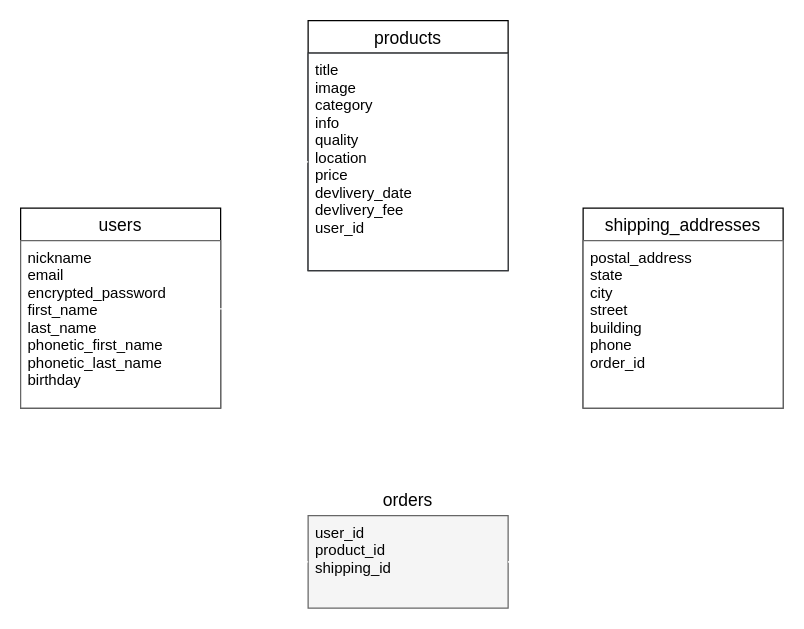
Before: furima.dio in Dragonboy2021/furima-35003, a draw.io diagram. Source tidied: cells renumbered, new cells numbered last; positions are measured from the earlier drawing's top-left corner, leaving out a move shared by most shapes. Both pictures are drawn from the tidied source at 125%, with x=0, y=0 at pixel (20, 20).
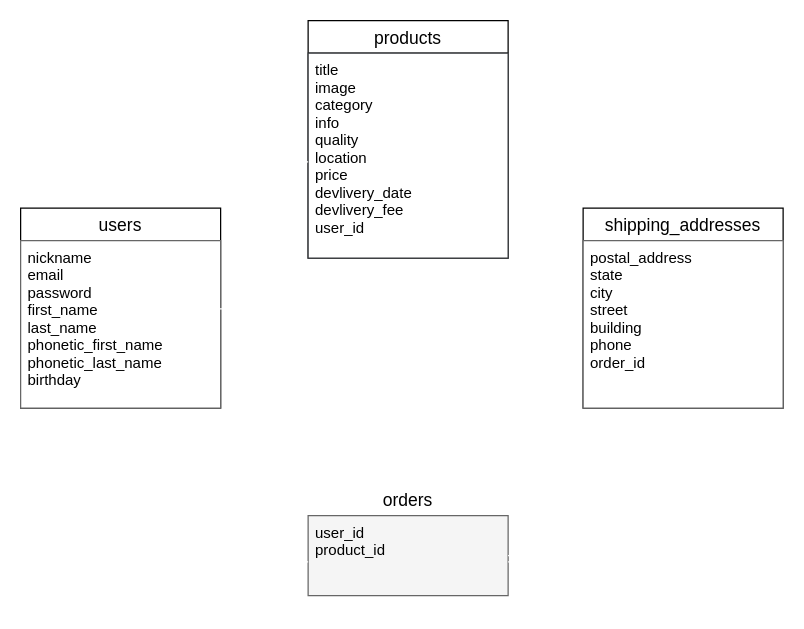
Above is the later version.

Commit message (it also covers changes not shown here):
fixed more database structure and updated ER図

Unchanged cells that the change refers to:
```xml
<mxCell id="5" value="users" style="swimlane;fontStyle=0;horizontal=1;startSize=26;align=center;fontSize=14;" parent="1" vertex="1">
  <mxGeometry y="150" width="160" height="160" as="geometry" />
</mxCell>
```

The edit, as a diff of the source:
```diff
@@
-    <mxCell id="6" value="nickname&#10;email&#10;encrypted_password&#10;first_name&#10;last_name&#10;phonetic_first_name&#10;phonetic_last_name&#10;birthday&#10;" style="text;spacingLeft=4;spacingRight=4;overflow=hidden;points=[[0,0.5],[1,0.5]];portConstraint=eastwest;fontSize=12;strokeColor=#666666;fillColor=#FFFFFF;fontColor=#000000;" parent="5" vertex="1">
+    <mxCell id="6" value="nickname&#10;email&#10;password&#10;first_name&#10;last_name&#10;phonetic_first_name&#10;phonetic_last_name&#10;birthday&#10;" style="text;spacingLeft=4;spacingRight=4;overflow=hidden;points=[[0,0.5],[1,0.5]];portConstraint=eastwest;fontSize=12;strokeColor=#666666;fillColor=#FFFFFF;fontColor=#000000;" parent="5" vertex="1">
       <mxGeometry y="26" width="160" height="134" as="geometry" />
     </mxCell>
@@
     <mxCell id="8" value="orders" style="swimlane;fontStyle=0;horizontal=1;startSize=26;align=center;fontSize=14;strokeColor=#FFFFFF;" parent="1" vertex="1">
-      <mxGeometry x="230" y="370" width="160" height="100" as="geometry" />
+      <mxGeometry x="230" y="370" width="160" height="90" as="geometry" />
     </mxCell>
-    <mxCell id="9" value="user_id&#10;product_id&#10;shipping_id&#10;" style="text;strokeColor=#666666;fillColor=#f5f5f5;spacingLeft=4;spacingRight=4;overflow=hidden;points=[[0,0.5],[1,0.5]];portConstraint=eastwest;fontSize=12;fontColor=#000000;" parent="8" vertex="1">
-      <mxGeometry y="26" width="160" height="74" as="geometry" />
+    <mxCell id="9" value="user_id&#10;product_id&#10;" style="text;strokeColor=#666666;fillColor=#f5f5f5;spacingLeft=4;spacingRight=4;overflow=hidden;points=[[0,0.5],[1,0.5]];portConstraint=eastwest;fontSize=12;fontColor=#000000;" parent="8" vertex="1">
+      <mxGeometry y="26" width="160" height="64" as="geometry" />
     </mxCell>
@@
+    <mxCell id="18" style="edgeStyle=orthogonalEdgeStyle;rounded=0;jettySize=auto;html=1;endArrow=ERone;endFill=0;strokeColor=#FFFFFF;" parent="1" edge="1" source="13">
+      <mxGeometry relative="1" as="geometry">
+        <mxPoint x="310" y="360" as="targetPoint" />
+      </mxGeometry>
+    </mxCell>
     <mxCell id="13" value="products" style="swimlane;fontStyle=0;horizontal=1;startSize=26;align=center;fontSize=14;" parent="1" vertex="1">
-      <mxGeometry x="230" width="160" height="200" as="geometry" />
+      <mxGeometry x="230" width="160" height="190" as="geometry" />
     </mxCell>
     <mxCell id="14" value="title&#10;image&#10;category&#10;info&#10;quality&#10;location&#10;price&#10;devlivery_date&#10;devlivery_fee&#10;user_id&#10;" style="text;strokeColor=#36393d;spacingLeft=4;spacingRight=4;overflow=hidden;points=[[0,0.5],[1,0.5]];portConstraint=eastwest;fontSize=12;fillColor=#FFFFFF;fontColor=#000000;" parent="13" vertex="1">
-      <mxGeometry y="26" width="160" height="174" as="geometry" />
+      <mxGeometry y="26" width="160" height="164" as="geometry" />
     </mxCell>
```
